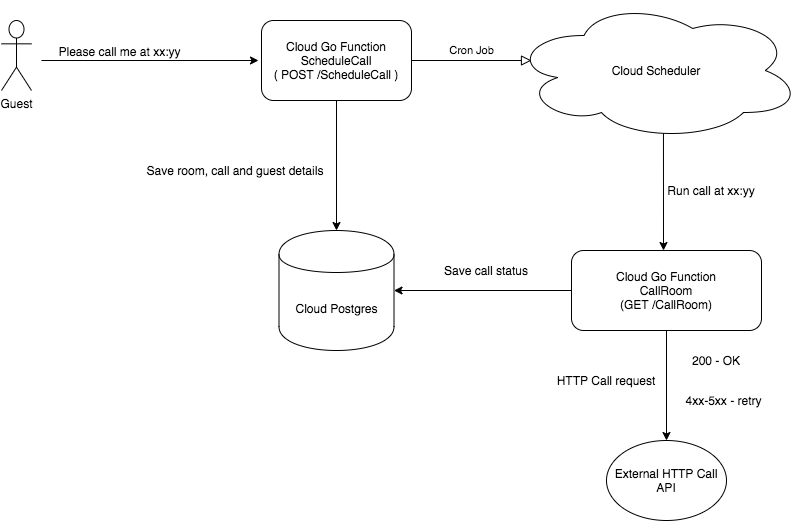
This is images/diagram.png from evt/wakeup, a draw.io export, as it was before one commit. Source tidied: cells renumbered, new cells last; positions are measured from the earlier drawing's top-left corner, leaving out a move shared by most shapes.
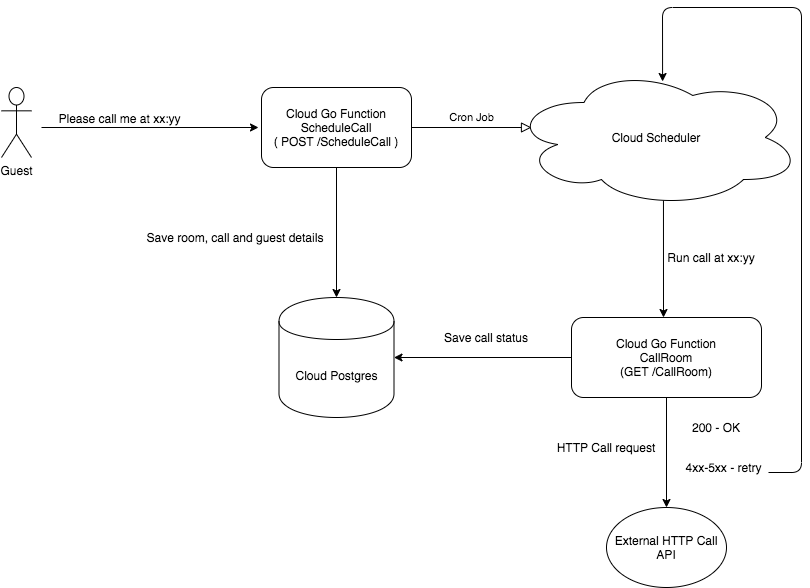
Later version of the same file.

Diff of the diagram source:
```diff
@@ -69,5 +69,15 @@
     <mxCell id="20" value="4xx-5xx - retry&lt;br&gt;" style="text;html=1;strokeColor=none;fillColor=none;align=center;verticalAlign=middle;whiteSpace=wrap;rounded=0;" parent="1" vertex="1">
       <mxGeometry x="680" y="390" width="85" height="20" as="geometry" />
     </mxCell>
+    <mxCell id="21" style="endArrow=classic;html=1;entryX=0.521;entryY=0.1;entryDx=0;entryDy=0;entryPerimeter=0;" parent="1" edge="1" target="3">
+      <mxGeometry relative="1" as="geometry">
+        <mxPoint x="767" y="405" as="sourcePoint" />
+        <Array as="points">
+          <mxPoint x="800" y="405" />
+          <mxPoint x="800" y="-60" />
+          <mxPoint x="661" y="-60" />
+        </Array>
+      </mxGeometry>
+    </mxCell>
   </root>
 </mxGraphModel>
```
